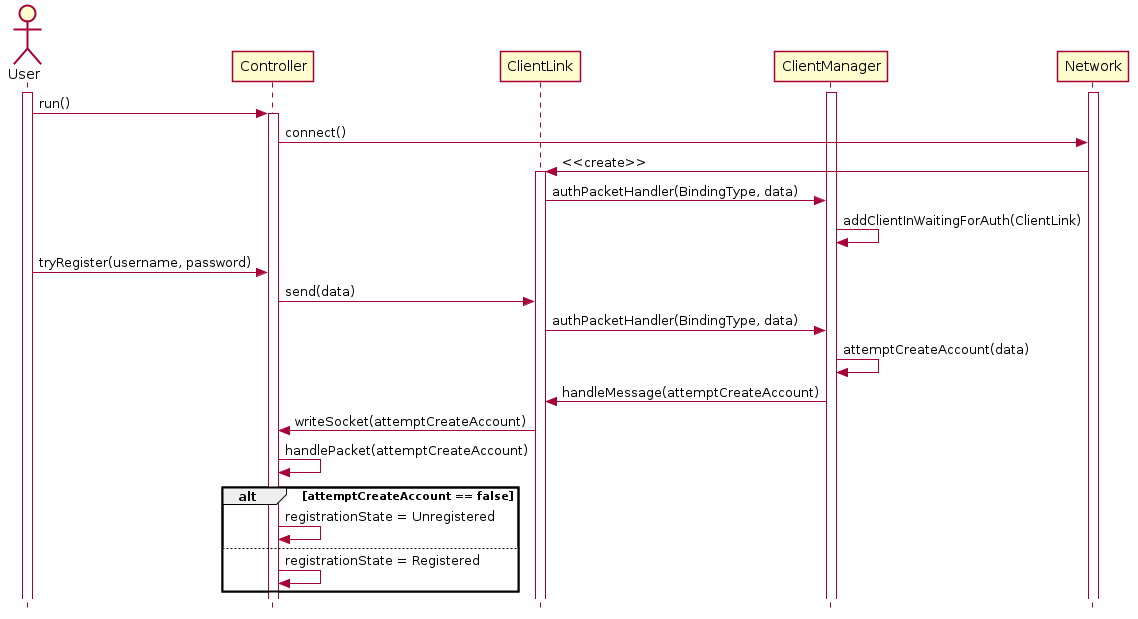
Earlier version of the PlantUML export res/uml/sequence/InscriptionSequence.png (ulb-info2-group5/Royal-Blocks). Its source is kept beside it as doc/uml/sequence/InscriptionSequence.plantuml. Source of this version:
```plantuml
@startuml InscriptionSequence

skinparam style strictuml
actor User
participant Controller
participant ClientLink
participant ClientManager
participant Network

activate Network
activate ClientManager
activate User
User -> Controller : run()
activate Controller
Controller -> Network : connect()
Network -> ClientLink : <<create>>
activate ClientLink
ClientLink -> ClientManager : authPacketHandler(BindingType, data)
ClientManager -> ClientManager : addClientInWaitingForAuth(ClientLink)

User -> Controller : tryRegister(username, password)
Controller -> ClientLink : send(data)
ClientLink -> ClientManager : authPacketHandler(BindingType, data)
ClientManager -> ClientManager : attemptCreateAccount(data)
ClientManager -> ClientLink : handleMessage(attemptCreateAccount)
ClientLink -> Controller : writeSocket(attemptCreateAccount)
Controller -> Controller : handlePacket(attemptCreateAccount)
alt attemptCreateAccount == false
    Controller -> Controller : registrationState = Unregistered
else
    Controller -> Controller : registrationState = Registered
end
@enduml
```
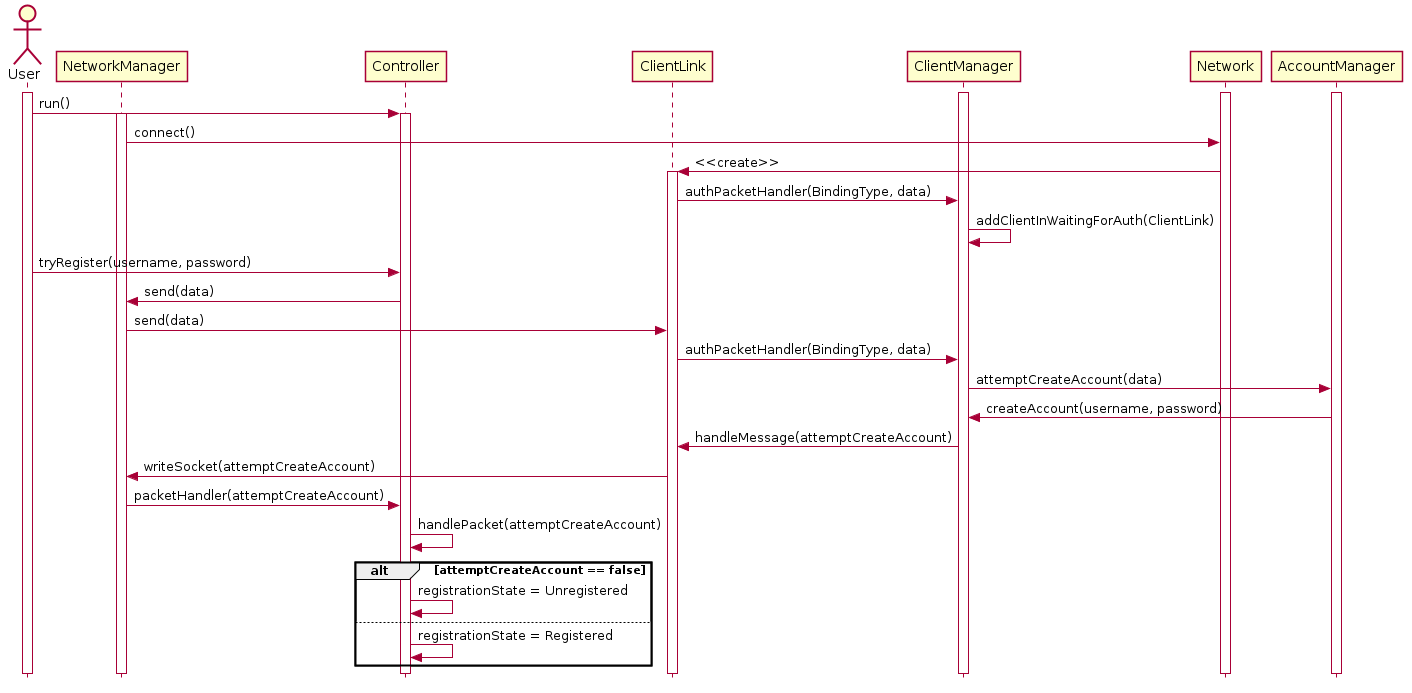
Later version of the same file.

The edit, as a diff of the source:
```diff
@@ -2,28 +2,35 @@
 
 skinparam style strictuml
 actor User
+participant NetworkManager
 participant Controller
 participant ClientLink
 participant ClientManager
 participant Network
+participant AccountManager
 
+activate AccountManager
 activate Network
 activate ClientManager
 activate User
 User -> Controller : run()
 activate Controller
-Controller -> Network : connect()
+activate NetworkManager
+NetworkManager -> Network : connect()
 Network -> ClientLink : <<create>>
 activate ClientLink
 ClientLink -> ClientManager : authPacketHandler(BindingType, data)
 ClientManager -> ClientManager : addClientInWaitingForAuth(ClientLink)
 
 User -> Controller : tryRegister(username, password)
-Controller -> ClientLink : send(data)
+Controller -> NetworkManager : send(data)
+NetworkManager -> ClientLink : send(data)
 ClientLink -> ClientManager : authPacketHandler(BindingType, data)
-ClientManager -> ClientManager : attemptCreateAccount(data)
+ClientManager -> AccountManager: attemptCreateAccount(data)
+AccountManager -> ClientManager : createAccount(username, password)
 ClientManager -> ClientLink : handleMessage(attemptCreateAccount)
-ClientLink -> Controller : writeSocket(attemptCreateAccount)
+ClientLink -> NetworkManager : writeSocket(attemptCreateAccount)
+NetworkManager -> Controller : packetHandler(attemptCreateAccount)
 Controller -> Controller : handlePacket(attemptCreateAccount)
 alt attemptCreateAccount == false
     Controller -> Controller : registrationState = Unregistered
```
